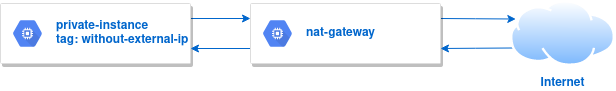
Ahmed-Amine-Soltani/labs keeps this draw.io diagram as diagrams/nat-gateway-example.drawio.png. Above is the earlier version. Source tidied: cells renumbered, new cells last; positions are measured from the earlier drawing's top-left corner, leaving out a move shared by most shapes. The source it was exported from:
```xml
<mxGraphModel>
  <root>
    <mxCell id="0" />
    <mxCell id="1" parent="0" />
    <mxCell id="2" style="edgeStyle=orthogonalEdgeStyle;rounded=0;jettySize=auto;html=1;exitX=1;exitY=0.25;exitDx=0;exitDy=0;entryX=0;entryY=0.25;entryDx=0;entryDy=0;strokeColor=#0066CC;" parent="1" edge="1" source="3" target="7">
      <mxGeometry relative="1" as="geometry" />
    </mxCell>
    <mxCell id="3" style="strokeColor=#dddddd;shadow=1;strokeWidth=1;rounded=1;absoluteArcSize=1;arcSize=2;" parent="1" vertex="1">
      <mxGeometry y="3" width="190" height="60" as="geometry" />
    </mxCell>
    <mxCell id="4" value="&lt;div&gt;&lt;font color=&quot;#0066CC&quot;&gt;&lt;b&gt;private-instance&lt;/b&gt;&lt;/font&gt;&lt;/div&gt;&lt;div&gt;&lt;font color=&quot;#0066CC&quot;&gt;&lt;b&gt;tag: without-external-ip&lt;/b&gt;&lt;/font&gt;&lt;/div&gt;" style="sketch=0;dashed=0;html=1;fillColor=#5184F3;strokeColor=none;shape=mxgraph.gcp2.hexIcon;prIcon=compute_engine;labelPosition=right;verticalLabelPosition=middle;align=left;verticalAlign=middle;spacingLeft=5;fontColor=#999999;fontSize=12;" parent="3" vertex="1">
      <mxGeometry y="0.5" width="44" height="39" relative="1" as="geometry">
        <mxPoint x="5" y="-19.5" as="offset" />
      </mxGeometry>
    </mxCell>
    <mxCell id="5" style="edgeStyle=orthogonalEdgeStyle;rounded=0;jettySize=auto;html=1;exitX=0;exitY=0.75;exitDx=0;exitDy=0;entryX=1;entryY=0.75;entryDx=0;entryDy=0;strokeColor=#0066CC;" parent="1" edge="1" source="7" target="3">
      <mxGeometry relative="1" as="geometry" />
    </mxCell>
    <mxCell id="6" style="edgeStyle=orthogonalEdgeStyle;rounded=0;jettySize=auto;html=1;exitX=1;exitY=0.25;exitDx=0;exitDy=0;entryX=0;entryY=0.25;entryDx=0;entryDy=0;strokeColor=#0066CC;" parent="1" edge="1" source="7" target="10">
      <mxGeometry relative="1" as="geometry" />
    </mxCell>
    <mxCell id="7" style="strokeColor=#dddddd;shadow=1;strokeWidth=1;rounded=1;absoluteArcSize=1;arcSize=2;" parent="1" vertex="1">
      <mxGeometry x="250" y="3" width="190" height="60" as="geometry" />
    </mxCell>
    <mxCell id="8" value="&lt;font color=&quot;#0066CC&quot;&gt;&lt;b&gt;nat-gateway&lt;/b&gt;&lt;/font&gt;" style="sketch=0;dashed=0;html=1;fillColor=#5184F3;strokeColor=none;shape=mxgraph.gcp2.hexIcon;prIcon=compute_engine;labelPosition=right;verticalLabelPosition=middle;align=left;verticalAlign=middle;spacingLeft=5;fontColor=#999999;fontSize=12;" parent="7" vertex="1">
      <mxGeometry y="0.5" width="44" height="39" relative="1" as="geometry">
        <mxPoint x="5" y="-19.5" as="offset" />
      </mxGeometry>
    </mxCell>
    <mxCell id="9" style="edgeStyle=orthogonalEdgeStyle;rounded=0;jettySize=auto;html=1;exitX=0;exitY=0.75;exitDx=0;exitDy=0;entryX=1;entryY=0.75;entryDx=0;entryDy=0;strokeColor=#0066CC;" parent="1" edge="1" source="10" target="7">
      <mxGeometry relative="1" as="geometry" />
    </mxCell>
    <mxCell id="10" value="&lt;b&gt;&lt;font color=&quot;#0066CC&quot;&gt;Internet&lt;/font&gt;&lt;/b&gt;" style="perimeter=ellipsePerimeter;html=1;align=center;shadow=0;dashed=0;spacingTop=3;image;image=img/lib/active_directory/internet_cloud.svg;" parent="1" vertex="1">
      <mxGeometry x="510" width="104.8" height="66" as="geometry" />
    </mxCell>
  </root>
</mxGraphModel>
```
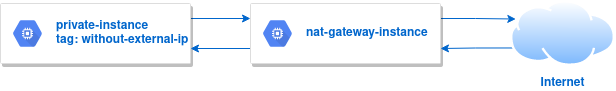
After the commit.

The edit, as a diff of the source:
```diff
@@ -22,7 +22,7 @@
     <mxCell id="7" style="strokeColor=#dddddd;shadow=1;strokeWidth=1;rounded=1;absoluteArcSize=1;arcSize=2;" parent="1" vertex="1">
       <mxGeometry x="250" y="3" width="190" height="60" as="geometry" />
     </mxCell>
-    <mxCell id="8" value="&lt;font color=&quot;#0066CC&quot;&gt;&lt;b&gt;nat-gateway&lt;/b&gt;&lt;/font&gt;" style="sketch=0;dashed=0;html=1;fillColor=#5184F3;strokeColor=none;shape=mxgraph.gcp2.hexIcon;prIcon=compute_engine;labelPosition=right;verticalLabelPosition=middle;align=left;verticalAlign=middle;spacingLeft=5;fontColor=#999999;fontSize=12;" parent="7" vertex="1">
+    <mxCell id="8" value="&lt;font color=&quot;#0066CC&quot;&gt;&lt;b&gt;nat-gateway-instance&lt;/b&gt;&lt;/font&gt;" style="sketch=0;dashed=0;html=1;fillColor=#5184F3;strokeColor=none;shape=mxgraph.gcp2.hexIcon;prIcon=compute_engine;labelPosition=right;verticalLabelPosition=middle;align=left;verticalAlign=middle;spacingLeft=5;fontColor=#999999;fontSize=12;" parent="7" vertex="1">
       <mxGeometry y="0.5" width="44" height="39" relative="1" as="geometry">
         <mxPoint x="5" y="-19.5" as="offset" />
       </mxGeometry>
```
